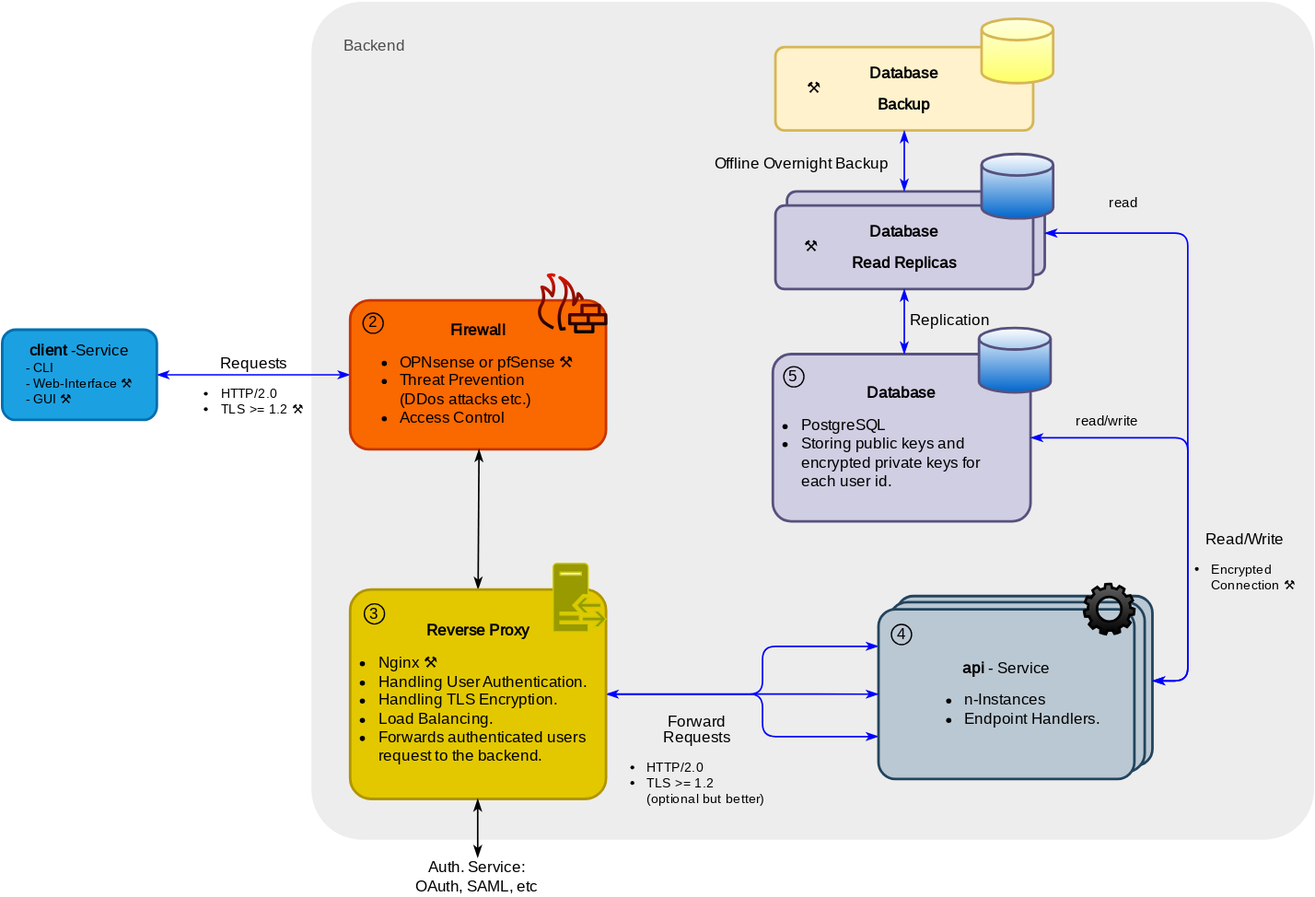
This is docs/assets/deployment.drawio.svg from gabyx/ki-kist, a draw.io export, as it was before one commit. Source tidied: cells renumbered, new cells last; positions are measured from the earlier drawing's top-left corner, leaving out a move shared by most shapes.
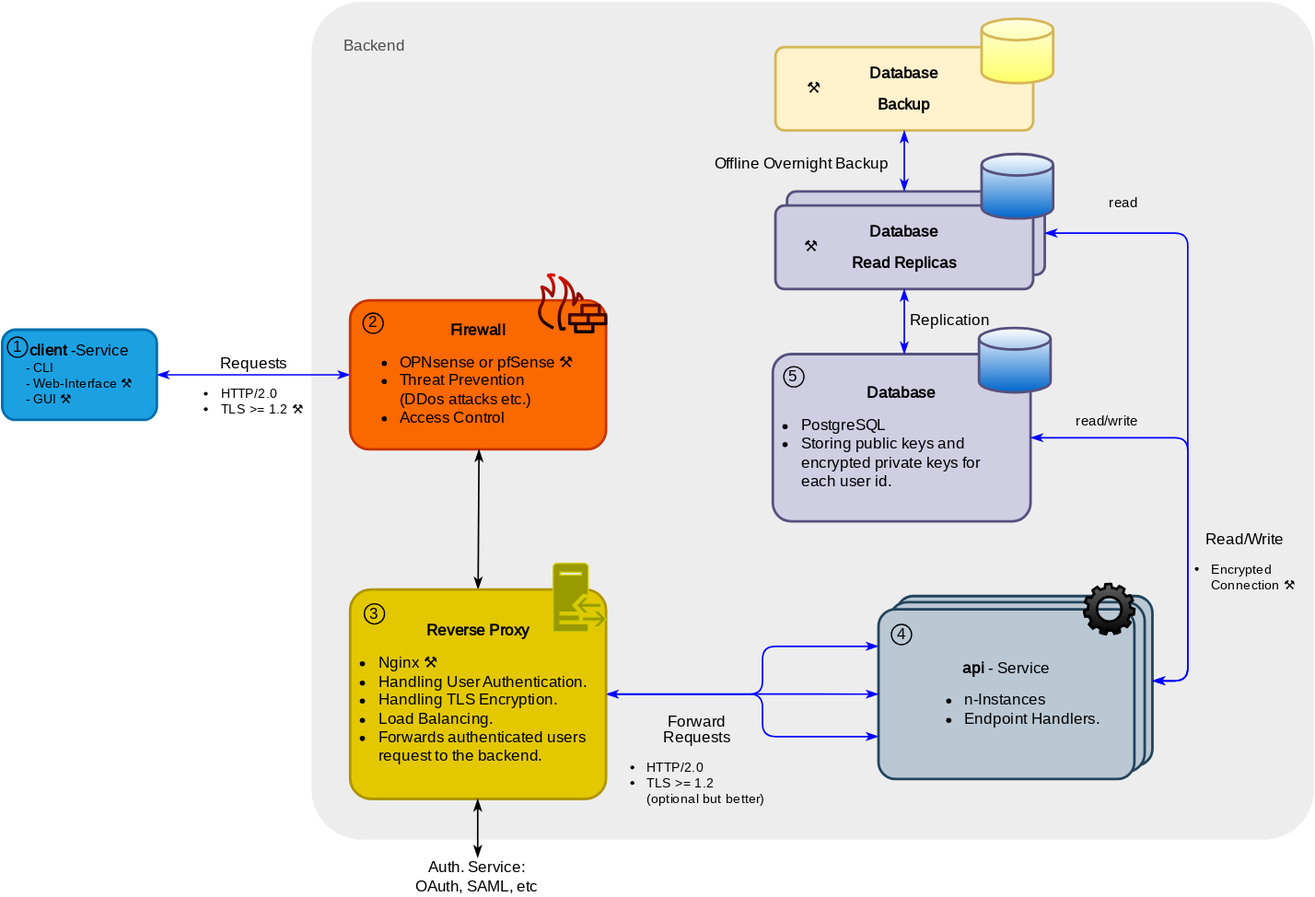
The same file after the commit.

Commit message:
doc: Correct typos

Diff of the diagram source:
```diff
@@ -159,5 +159,8 @@
     <mxCell id="41" value="&lt;font style=&quot;font-size: 12px;&quot;&gt;&lt;p style=&quot;border-color: var(--border-color); background-color: rgb(251, 251, 251); line-height: 12px;&quot;&gt;&lt;br&gt;&lt;/p&gt;&lt;/font&gt;" style="edgeStyle=elbowEdgeStyle;html=1;startArrow=classicThin;startFill=1;endArrow=classicThin;endFill=1;strokeWidth=1.2;fontFamily=Fira Sans;fontSource=https%3A%2F%2Ffonts.googleapis.com%2Fcss%3Ffamily%3DFira%2BSans;entryX=0.5;entryY=1;entryDx=0;entryDy=0;" parent="1" edge="1" source="40" target="36">
       <mxGeometry relative="1" as="geometry" />
     </mxCell>
+    <mxCell id="42" value="1" style="ellipse;whiteSpace=wrap;html=1;labelBackgroundColor=none;strokeWidth=1;fontFamily=Fira Sans;fontSource=https%3A%2F%2Ffonts.googleapis.com%2Fcss%3Ffamily%3DFira%2BSans;fontSize=12;fillColor=none;" parent="1" vertex="1">
+      <mxGeometry x="4" y="260" width="15.7" height="15.7" as="geometry" />
+    </mxCell>
   </root>
 </mxGraphModel>
```
